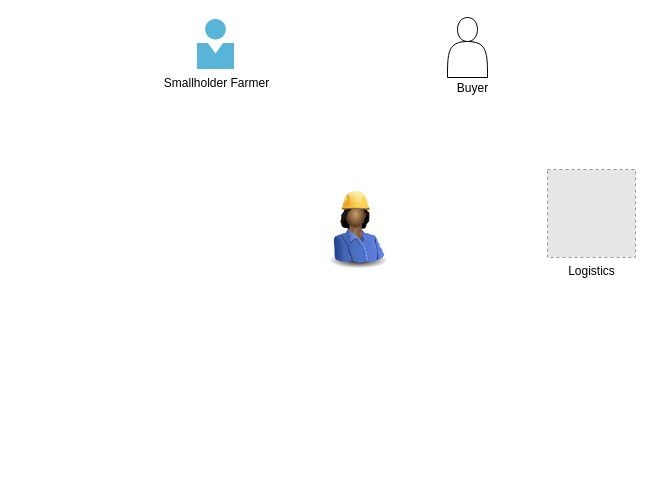
Before: Final Year Project.drawio in Knowledge832/Final-Year-Project-2023, a draw.io diagram. Source tidied: cells renumbered, new cells numbered last; positions are measured from the earlier drawing's top-left corner, leaving out a move shared by most shapes. Both pictures are drawn from the tidied source at 100%, with x=0, y=0 at pixel (197, 17). Pictures stored in the file or linked from it are replaced by grey dashed boxes.
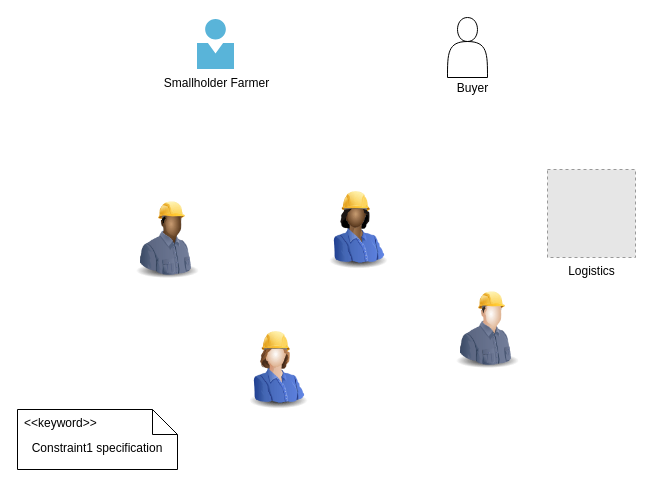
Above is the later version.

Diff of the diagram source:
```diff
@@
 <mxGraphModel>
   <root>
     <mxCell id="0" />
     <mxCell id="1" parent="0" />
     <mxCell id="2" value="Smallholder Farmer" style="image;sketch=0;html=1;align=center;fontSize=12;image=img/lib/mscae/Person.svg;" parent="1" vertex="1">
       <mxGeometry y="2" width="37" height="50" as="geometry" />
     </mxCell>
     <mxCell id="3" style="shape=actor;whiteSpace=wrap;html=1;" parent="1" vertex="1">
       <mxGeometry x="250" width="40" height="60" as="geometry" />
     </mxCell>
     <mxCell id="4" value="Buyer" style="text;html=1;align=center;verticalAlign=middle;strokeColor=none;fillColor=none;" parent="1" vertex="1">
       <mxGeometry x="250" y="56" width="50" height="30" as="geometry" />
     </mxCell>
     <mxCell id="5" value="Logistics" style="fillColor=#E6E6E6;strokeColor=#999999;dashed=1;html=1;verticalAlign=top;verticalLabelPosition=bottom;labelBackgroundColor=#ffffff;" parent="1" vertex="1">
       <mxGeometry x="350" y="152" width="88" height="88" as="geometry" />
     </mxCell>
     <mxCell id="6" style="image;html=1;image=img/lib/clip_art/people/Construction_Worker_Woman_Black_128x128.png;" parent="1" vertex="1">
       <mxGeometry x="120" y="172" width="80" height="80" as="geometry" />
     </mxCell>
+    <mxCell id="7" style="image;html=1;image=img/lib/clip_art/people/Construction_Worker_Man_Black_128x128.png;" parent="1" vertex="1">
+      <mxGeometry x="-70" y="182" width="80" height="80" as="geometry" />
+    </mxCell>
+    <mxCell id="8" style="image;html=1;image=img/lib/clip_art/people/Construction_Worker_Woman_128x128.png;" parent="1" vertex="1">
+      <mxGeometry x="40" y="312" width="80" height="80" as="geometry" />
+    </mxCell>
+    <mxCell id="9" style="image;html=1;image=img/lib/clip_art/people/Construction_Worker_Man_128x128.png;" parent="1" vertex="1">
+      <mxGeometry x="250" y="272" width="80" height="80" as="geometry" />
+    </mxCell>
+    <mxCell id="10" value="Constraint1 specification" style="shape=note2;boundedLbl=1;whiteSpace=wrap;html=1;size=25;verticalAlign=top;align=center;" parent="1" vertex="1">
+      <mxGeometry x="-180" y="392" width="160" height="60" as="geometry" />
+    </mxCell>
+    <mxCell id="11" value="&lt;&lt;keyword&gt;&gt;" style="strokeColor=none;fillColor=none;align=left;spacingLeft=5;" parent="10" vertex="1">
+      <mxGeometry width="160" height="25" relative="1" as="geometry" />
+    </mxCell>
   </root>
 </mxGraphModel>
```
